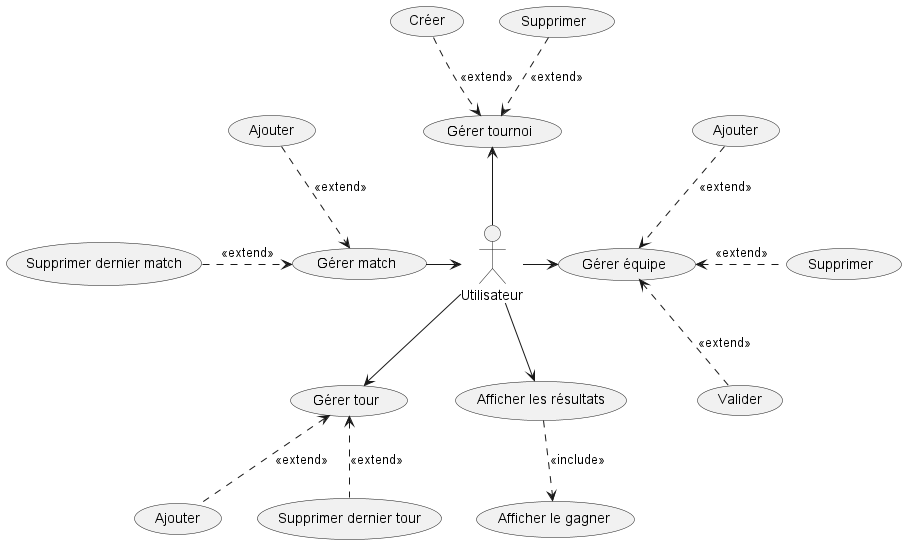
Before: doc/assets/uc.png, a diagram exported from PlantUML (IUT-Blagnac/sae4-01-2023-womenshitiancai).
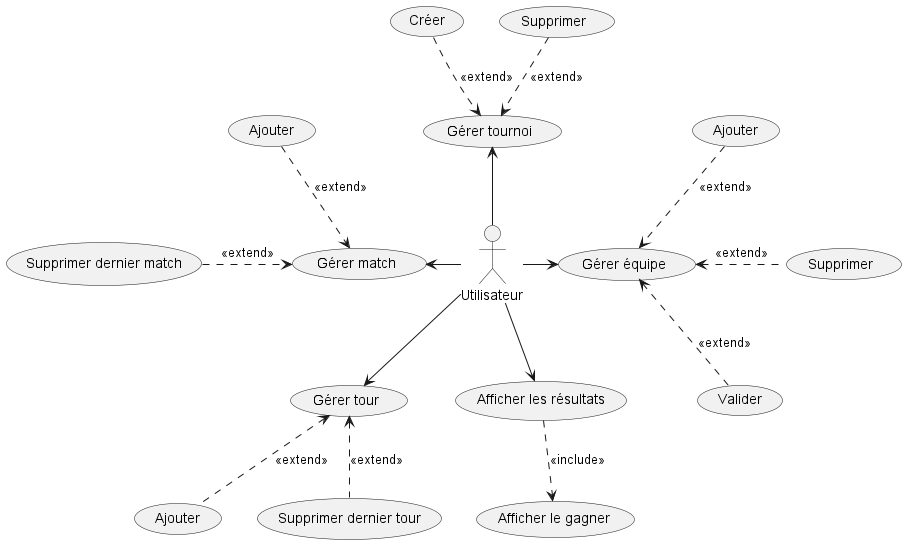
The same file after the commit.

Commit message:
fix uc : arrow direction

The edit, as a diff of the source:
```diff
@@ -45,7 +45,7 @@
 (Ajouter) as matchnew
 (Supprimer dernier match) as matchdel
 
-match -> user
+match <- user
 
 match <.left. matchnew : <<extend>>
 match <.left. matchdel : <<extend>>
```
